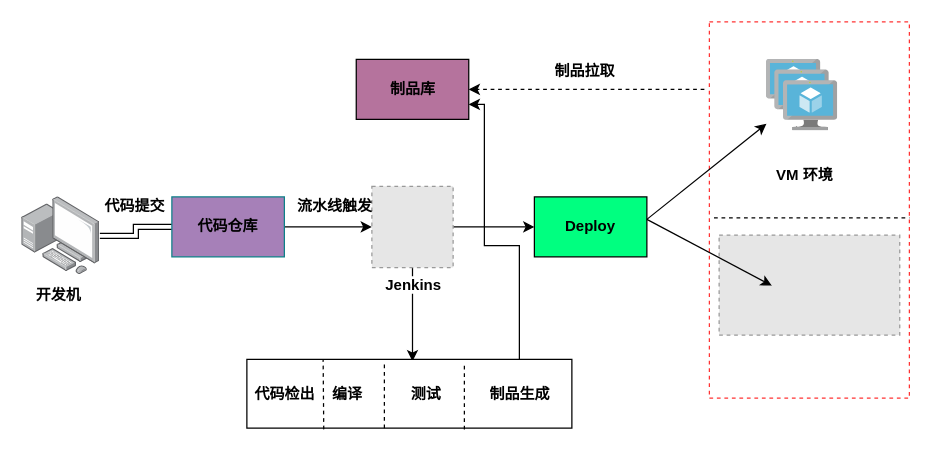
Earlier version of the draw.io diagram DevOps_process.drawio (hwm1990/DevOps). Source tidied: cells renumbered, new cells numbered last; positions are measured from the earlier drawing's top-left corner, leaving out a move shared by most shapes. Both pictures are drawn from the tidied source at 125%, with x=0, y=0 at pixel (21, 21). Pictures stored in the file or linked from it are replaced by grey dashed boxes.
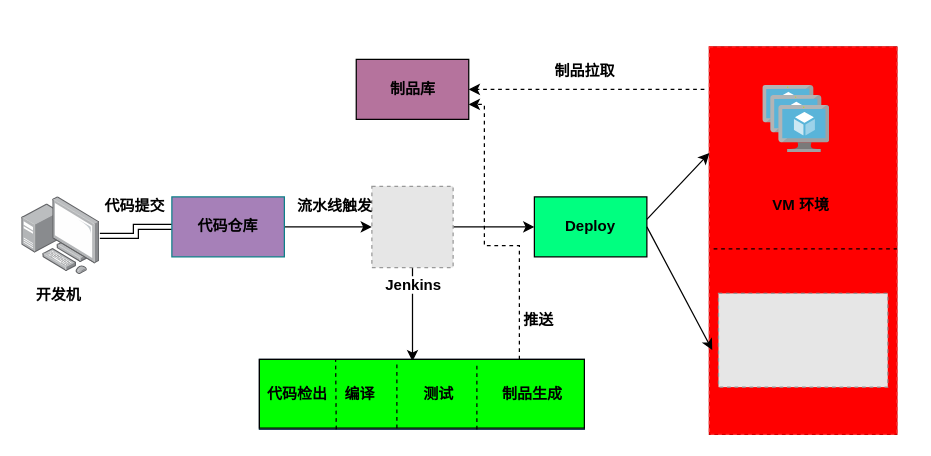
After the change.

The change refers to these unchanged cells:
```xml
<mxCell id="10" value="&lt;b&gt;Deploy&lt;/b&gt;" style="rounded=0;whiteSpace=wrap;html=1;fillColor=#00FF80;" parent="1" vertex="1">
  <mxGeometry x="410" y="140" width="90" height="48" as="geometry" />
</mxCell>
<mxCell id="11" value="&lt;b&gt;制品库&lt;/b&gt;" style="rounded=0;whiteSpace=wrap;html=1;fillColor=#B5739D;" parent="1" vertex="1">
  <mxGeometry x="267.5" y="30" width="90" height="48" as="geometry" />
</mxCell>
```

Diff of the diagram source:
```diff
@@
-    <mxCell id="12" style="group;" parent="1" vertex="1">
-      <mxGeometry x="550" width="160" height="301" as="geometry" />
+    <mxCell id="12" style="group;strokeColor=#B20000;fontColor=#ffffff;fillColor=#FF0000;" parent="1" vertex="1">
+      <mxGeometry x="550" y="20" width="150" height="310" as="geometry" />
     </mxCell>
-    <mxCell id="13" style="rounded=0;whiteSpace=wrap;html=1;dashed=1;strokeColor=#FF3333;" parent="12" vertex="1">
-      <mxGeometry width="160" height="301" as="geometry" />
+    <mxCell id="13" style="rounded=0;whiteSpace=wrap;html=1;dashed=1;strokeColor=#FF3333;fillColor=#FF0000;" parent="12" vertex="1">
+      <mxGeometry width="150" height="310" as="geometry" />
     </mxCell>
     <mxCell id="14" style="html=1;points=[];align=center;image;fontSize=12;image=img/lib/mscae/VM_Scale_Set.svg;dashed=1;strokeColor=#FF3333;" parent="12" vertex="1">
-      <mxGeometry x="45.7" y="30.1" width="57.1" height="57.1" as="geometry" />
+      <mxGeometry x="42.9" y="31" width="53.6" height="53.6" as="geometry" />
     </mxCell>
     <mxCell id="15" value="&lt;b&gt;VM 环境&lt;/b&gt;" style="text;html=1;align=center;verticalAlign=middle;" parent="12" vertex="1">
-      <mxGeometry x="45.7" y="113.2" width="60" height="20" as="geometry" />
+      <mxGeometry x="42.9" y="116.6" width="60" height="20" as="geometry" />
     </mxCell>
     <mxCell id="16" style="fillColor=#E6E6E6;strokeColor=#999999;dashed=1;verticalLabelPosition=bottom;labelBackgroundColor=#ffffff;verticalAlign=top;" parent="12" vertex="1">
-      <mxGeometry x="7.8" y="170.6" width="144.5" height="80" as="geometry" />
+      <mxGeometry x="7.3" y="197.2" width="135.4" height="75" as="geometry" />
     </mxCell>
     <mxCell id="17" style="endArrow=none;html=1;" parent="12" edge="1" target="13">
       <mxGeometry relative="1" as="geometry">
-        <mxPoint y="162" as="sourcePoint" />
+        <mxPoint y="166.8" as="sourcePoint" />
       </mxGeometry>
     </mxCell>
     <mxCell id="18" style="line;strokeWidth=1;fillColor=none;align=left;verticalAlign=middle;spacingTop=-1;spacingLeft=3;spacingRight=3;labelPosition=right;dashed=1;" parent="12" vertex="1">
-      <mxGeometry x="3.7" y="151.1" width="156.3" height="11.5" as="geometry" />
+      <mxGeometry x="3.4" y="155.6" width="146.6" height="11.8" as="geometry" />
     </mxCell>
@@
-    <mxCell id="21" style="endArrow=classic;html=1;" parent="1" edge="1" target="14">
+    <mxCell id="21" style="endArrow=classic;html=1;" parent="1" edge="1">
       <mxGeometry relative="1" as="geometry">
         <mxPoint x="500" y="158" as="sourcePoint" />
+        <mxPoint x="550" y="105" as="targetPoint" />
       </mxGeometry>
     </mxCell>
-    <mxCell id="22" style="endArrow=classic;html=1;" parent="1" edge="1">
-      <mxGeometry relative="1" as="geometry">
-        <mxPoint x="500" y="158" as="sourcePoint" />
-        <mxPoint x="600" y="211" as="targetPoint" />
-      </mxGeometry>
-    </mxCell>
@@
-    <mxCell id="25" style="group;" parent="1" vertex="1">
-      <mxGeometry x="180" y="270" width="260" height="56" as="geometry" />
+    <mxCell id="25" style="group;fillColor=#bac8d3;strokeColor=#23445d;" parent="1" vertex="1">
+      <mxGeometry x="190" y="270" width="260" height="56" as="geometry" />
     </mxCell>
-    <mxCell id="26" style="verticalLabelPosition=bottom;verticalAlign=top;html=1;shape=mxgraph.basic.rect;fillColor2=none;strokeWidth=1;size=20;indent=5;fillColor=#FFFFFF;" parent="25" vertex="1">
+    <mxCell id="26" style="verticalLabelPosition=bottom;verticalAlign=top;html=1;shape=mxgraph.basic.rect;fillColor2=none;strokeWidth=1;size=20;indent=5;fillColor=#00FF00;" parent="25" vertex="1">
       <mxGeometry width="260" height="55" as="geometry" />
     </mxCell>
-    <mxCell id="27" value="&lt;b&gt;代码检出&lt;/b&gt;" style="text;html=1;align=center;verticalAlign=middle;" parent="25" vertex="1">
-      <mxGeometry y="17.5" width="60" height="20" as="geometry" />
-    </mxCell>
@@
+    <mxCell id="27" value="&lt;b&gt;代码检出&lt;/b&gt;" style="text;html=1;align=center;verticalAlign=middle;" parent="25" vertex="1">
+      <mxGeometry y="18" width="60" height="20" as="geometry" />
+    </mxCell>
-    <mxCell id="34" style="edgeStyle=orthogonalEdgeStyle;rounded=0;jettySize=auto;html=1;entryX=1;entryY=0.75;entryDx=0;entryDy=0;" parent="1" edge="1" target="11">
+    <mxCell id="34" style="edgeStyle=orthogonalEdgeStyle;rounded=0;jettySize=auto;html=1;entryX=1;entryY=0.75;entryDx=0;entryDy=0;dashed=1;" parent="1" edge="1" target="11">
       <mxGeometry relative="1" as="geometry">
         <mxPoint x="398" y="270" as="sourcePoint" />
         <Array as="points">
           <mxPoint x="398" y="179" />
           <mxPoint x="370" y="179" />
           <mxPoint x="370" y="66" />
         </Array>
       </mxGeometry>
     </mxCell>
+    <mxCell id="35" value="&lt;b&gt;推送&lt;/b&gt;" style="text;html=1;align=center;verticalAlign=middle;" parent="1" vertex="1">
+      <mxGeometry x="393" y="229" width="40" height="20" as="geometry" />
+    </mxCell>
+    <mxCell id="22" style="endArrow=classic;html=1;exitX=1;exitY=0.5;exitDx=0;exitDy=0;entryX=-0.037;entryY=0.605;entryDx=0;entryDy=0;entryPerimeter=0;" parent="1" edge="1" source="10" target="16">
+      <mxGeometry relative="1" as="geometry" />
+    </mxCell>
```
